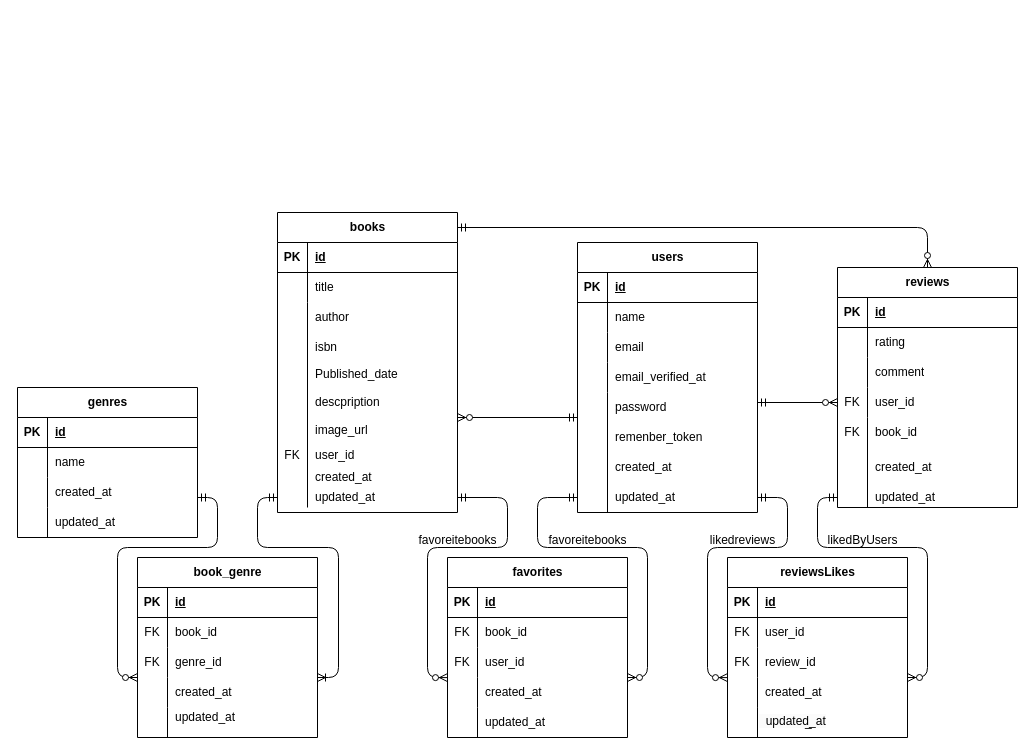
This is ER.drawio from nara773work/BookShelf, a draw.io file, before an edit. Source tidied: cells renumbered, new cells numbered last; positions are measured from the earlier drawing's top-left corner, leaving out a move shared by most shapes. Both pictures are drawn from the tidied source at 100%, with x=0, y=0 at pixel (17, 172).
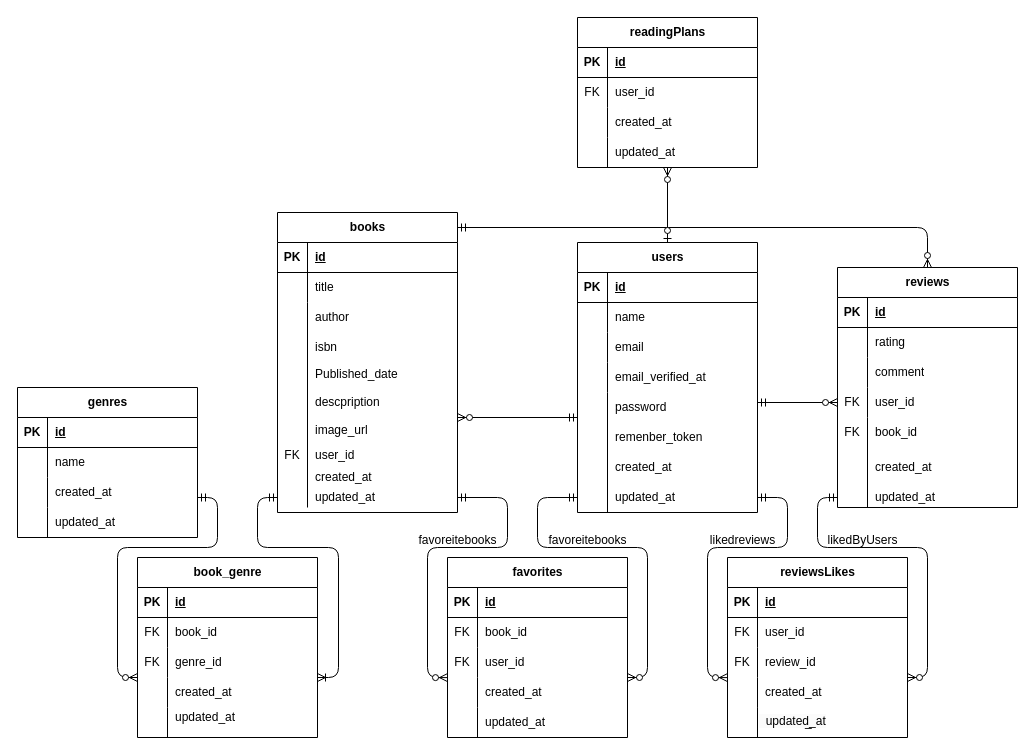
The same diagram, later.

The change refers to these unchanged cells:
```xml
<mxCell id="3" value="users" style="shape=table;startSize=30;childLayout=tableLayout;rowLines=0;fontStyle=1;align=center;html=1;" parent="2" vertex="1">
  <mxGeometry width="180" height="270" as="geometry" />
</mxCell>
```

The edit, as a diff of the source:
```diff
@@
+    <mxCell id="144" style="group;" parent="1" vertex="1">
+      <mxGeometry x="580" y="-155" width="190" height="180" as="geometry" />
+    </mxCell>
+    <mxCell id="145" style="group;" parent="144" vertex="1">
+      <mxGeometry x="-20" width="190" height="150" as="geometry" />
+    </mxCell>
+    <mxCell id="146" style="group;" parent="145" vertex="1">
+      <mxGeometry width="190" height="150" as="geometry" />
+    </mxCell>
+    <mxCell id="147" value="readingPlans" style="shape=table;startSize=30;childLayout=tableLayout;rowLines=0;fontStyle=1;align=center;html=1;" parent="146" vertex="1">
+      <mxGeometry width="180" height="150" as="geometry" />
+    </mxCell>
+    <mxCell id="148" style="shape=tableRow;horizontal=0;startSize=0;swimlaneHead=0;swimlaneBody=0;fillColor=none;top=0;left=0;right=0;bottom=1;" parent="147" vertex="1">
+      <mxGeometry y="30" width="180" height="30" as="geometry" />
+    </mxCell>
+    <mxCell id="149" value="PK" style="shape=partialRectangle;fillColor=none;top=0;left=0;bottom=0;right=0;fontStyle=1;overflow=hidden;whiteSpace=wrap;html=1;" parent="148" vertex="1">
+      <mxGeometry width="30" height="30" as="geometry" />
+    </mxCell>
+    <mxCell id="150" value="&lt;span style=&quot;color: rgb(0, 0, 0);&quot;&gt;id&lt;/span&gt;" style="shape=partialRectangle;fillColor=none;top=0;left=0;bottom=0;right=0;align=left;spacingLeft=6;fontStyle=5;overflow=hidden;whiteSpace=wrap;html=1;" parent="148" vertex="1">
+      <mxGeometry x="30" width="150" height="30" as="geometry" />
+    </mxCell>
+    <mxCell id="151" style="shape=tableRow;horizontal=0;startSize=0;swimlaneHead=0;swimlaneBody=0;fillColor=none;top=0;left=0;right=0;bottom=0;" parent="147" vertex="1">
+      <mxGeometry y="60" width="180" height="30" as="geometry" />
+    </mxCell>
+    <mxCell id="152" value="FK" style="shape=partialRectangle;fillColor=none;top=0;left=0;bottom=0;right=0;overflow=hidden;whiteSpace=wrap;html=1;" parent="151" vertex="1">
+      <mxGeometry width="30" height="30" as="geometry" />
+    </mxCell>
+    <mxCell id="153" value="user_id" style="shape=partialRectangle;fillColor=none;top=0;left=0;bottom=0;right=0;align=left;spacingLeft=6;overflow=hidden;whiteSpace=wrap;html=1;" parent="151" vertex="1">
+      <mxGeometry x="30" width="150" height="30" as="geometry" />
+    </mxCell>
+    <mxCell id="154" style="shape=tableRow;horizontal=0;startSize=0;swimlaneHead=0;swimlaneBody=0;fillColor=none;top=0;left=0;right=0;bottom=0;" parent="147" vertex="1">
+      <mxGeometry y="90" width="180" height="30" as="geometry" />
+    </mxCell>
+    <mxCell id="155" style="shape=partialRectangle;fillColor=none;top=0;left=0;bottom=0;right=0;overflow=hidden;whiteSpace=wrap;html=1;" parent="154" vertex="1">
+      <mxGeometry width="30" height="30" as="geometry" />
+    </mxCell>
+    <mxCell id="156" style="shape=partialRectangle;fillColor=none;top=0;left=0;bottom=0;right=0;align=left;spacingLeft=6;overflow=hidden;whiteSpace=wrap;html=1;" parent="154" vertex="1">
+      <mxGeometry x="30" width="150" height="30" as="geometry" />
+    </mxCell>
+    <mxCell id="157" style="group;" parent="146" vertex="1">
+      <mxGeometry x="30" y="90" width="160" height="60" as="geometry" />
+    </mxCell>
+    <mxCell id="158" value="created_at" style="shape=partialRectangle;fillColor=none;top=0;left=0;bottom=0;right=0;align=left;spacingLeft=6;overflow=hidden;whiteSpace=wrap;html=1;" parent="157" vertex="1">
+      <mxGeometry width="150" height="30" as="geometry" />
+    </mxCell>
+    <mxCell id="159" value="updated_at" style="shape=partialRectangle;fillColor=none;top=0;left=0;bottom=0;right=0;align=left;spacingLeft=6;overflow=hidden;whiteSpace=wrap;html=1;" parent="157" vertex="1">
+      <mxGeometry y="30" width="160" height="30" as="geometry" />
+    </mxCell>
+    <mxCell id="160" style="endArrow=none;html=1;" parent="157" edge="1">
+      <mxGeometry relative="1" as="geometry">
+        <mxPoint y="60" as="sourcePoint" />
+        <mxPoint y="30" as="targetPoint" />
+      </mxGeometry>
+    </mxCell>
+    <mxCell id="161" style="fontSize=12;html=1;endArrow=ERzeroToMany;startArrow=ERzeroToOne;exitX=0.5;exitY=0;exitDx=0;exitDy=0;" parent="144" edge="1" source="3">
+      <mxGeometry relative="1" as="geometry">
+        <mxPoint x="70" y="150" as="targetPoint" />
+      </mxGeometry>
+    </mxCell>
```
